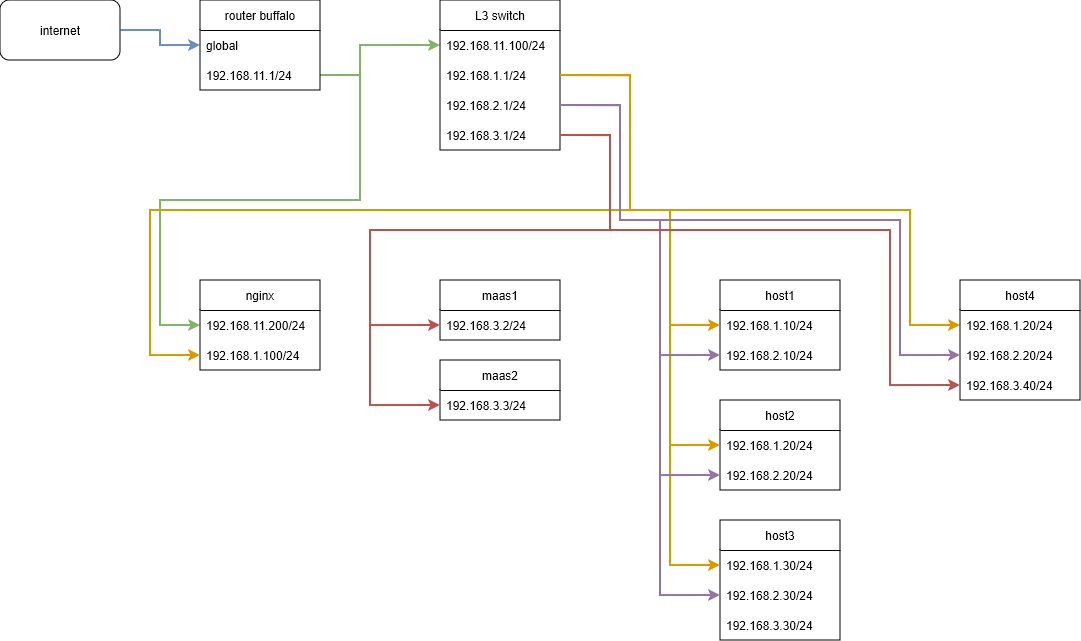
kigawa01/kigawa01 keeps this draw.io diagram as config/network.drawio.png. Above is the earlier version. Source tidied: cells renumbered, new cells last; positions are measured from the earlier drawing's top-left corner, leaving out a move shared by most shapes.
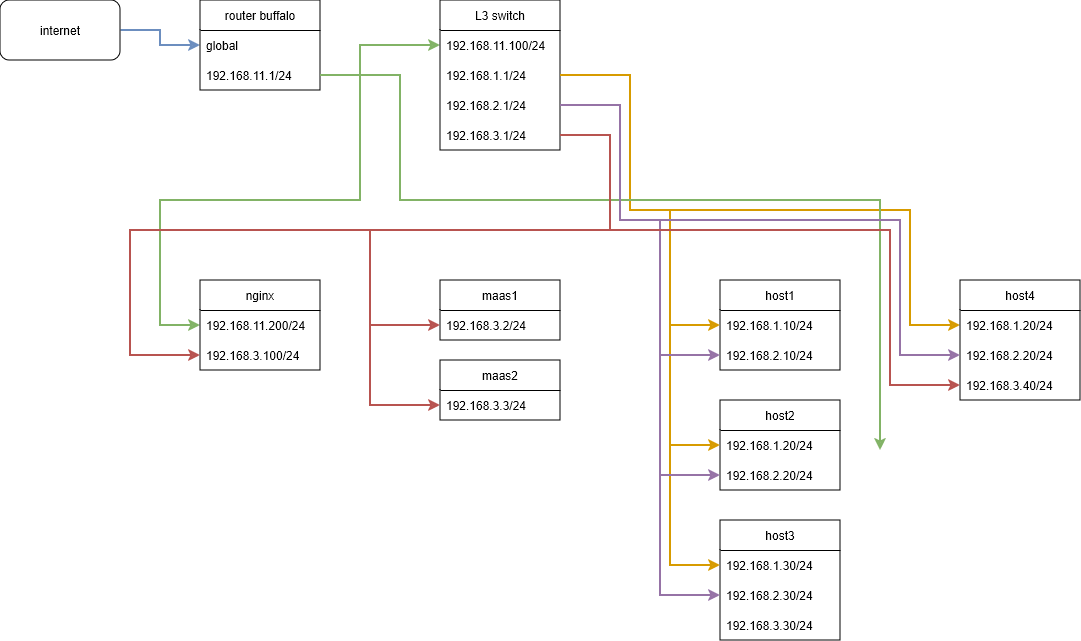
After the commit.

Commit message:
network.drawio.png を更新します

Diff of the diagram source:
```diff
@@ -66,19 +66,9 @@
     <mxCell id="16" value="192.168.11.200/24" style="text;strokeColor=none;fillColor=none;align=left;verticalAlign=middle;spacingLeft=4;spacingRight=4;overflow=hidden;points=[[0,0.5],[1,0.5]];portConstraint=eastwest;whiteSpace=wrap;html=1;" parent="15" vertex="1">
       <mxGeometry y="30" width="120" height="30" as="geometry" />
     </mxCell>
-    <mxCell id="17" value="192.168.1.100/24" style="text;strokeColor=none;fillColor=none;align=left;verticalAlign=middle;spacingLeft=4;spacingRight=4;overflow=hidden;points=[[0,0.5],[1,0.5]];portConstraint=eastwest;whiteSpace=wrap;html=1;" parent="15" vertex="1">
+    <mxCell id="17" value="192.168.3.100/24" style="text;strokeColor=none;fillColor=none;align=left;verticalAlign=middle;spacingLeft=4;spacingRight=4;overflow=hidden;points=[[0,0.5],[1,0.5]];portConstraint=eastwest;whiteSpace=wrap;html=1;" parent="15" vertex="1">
       <mxGeometry y="60" width="120" height="30" as="geometry" />
     </mxCell>
-    <mxCell id="18" style="edgeStyle=orthogonalEdgeStyle;rounded=0;jettySize=auto;html=1;exitX=1;exitY=0.5;exitDx=0;exitDy=0;entryX=0;entryY=0.5;entryDx=0;entryDy=0;fillColor=#ffe6cc;strokeColor=#d79b00;strokeWidth=2;jumpStyle=none;" parent="1" edge="1" source="12" target="17">
-      <mxGeometry relative="1" as="geometry">
-        <Array as="points">
-          <mxPoint x="630" y="75" />
-          <mxPoint x="630" y="210" />
-          <mxPoint x="150" y="210" />
-          <mxPoint x="150" y="355" />
-        </Array>
-      </mxGeometry>
-    </mxCell>
     <mxCell id="19" value="maas1" style="swimlane;fontStyle=0;horizontal=1;startSize=30;whiteSpace=wrap;html=1;" parent="1" vertex="1">
       <mxGeometry x="440" y="280" width="120" height="60" as="geometry" />
     </mxCell>
@@ -203,8 +193,9 @@
         </Array>
       </mxGeometry>
     </mxCell>
-    <mxCell id="44" style="edgeStyle=orthogonalEdgeStyle;rounded=0;jettySize=auto;html=1;exitX=1;exitY=0.5;exitDx=0;exitDy=0;fillColor=#d5e8d4;strokeColor=#82b366;strokeWidth=2;entryX=0;entryY=0.5;entryDx=0;entryDy=0;" parent="1" edge="1" source="9" target="x">
+    <mxCell id="44" style="edgeStyle=orthogonalEdgeStyle;rounded=0;jettySize=auto;html=1;exitX=1;exitY=0.5;exitDx=0;exitDy=0;fillColor=#d5e8d4;strokeColor=#82b366;strokeWidth=2;entryX=0;entryY=0.5;entryDx=0;entryDy=0;" parent="1" edge="1" source="9">
       <mxGeometry relative="1" as="geometry">
+        <mxPoint x="880" y="450" as="targetPoint" />
         <Array as="points">
           <mxPoint x="400" y="75" />
           <mxPoint x="400" y="200" />
@@ -243,5 +234,15 @@
         </Array>
       </mxGeometry>
     </mxCell>
+    <mxCell id="48" style="edgeStyle=orthogonalEdgeStyle;rounded=0;jettySize=auto;html=1;exitX=1;exitY=0.5;exitDx=0;exitDy=0;entryX=0;entryY=0.5;entryDx=0;entryDy=0;fillColor=#f8cecc;strokeColor=#b85450;strokeWidth=2;" parent="1" edge="1" source="14" target="17">
+      <mxGeometry relative="1" as="geometry">
+        <Array as="points">
+          <mxPoint x="610" y="135" />
+          <mxPoint x="610" y="230" />
+          <mxPoint x="130" y="230" />
+          <mxPoint x="130" y="355" />
+        </Array>
+      </mxGeometry>
+    </mxCell>
   </root>
 </mxGraphModel>
```
